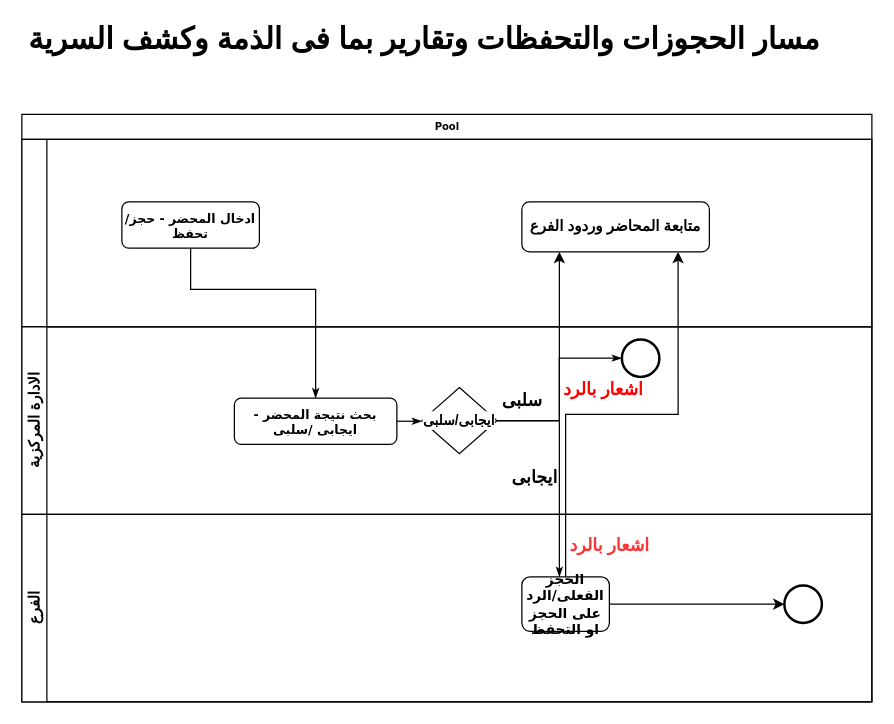
mahmoudsaif/bigONotation keeps this draw.io diagram as Untitled Diagram.drawio. Above is the earlier version. Source tidied: cells renumbered, new cells numbered last; positions are measured from the earlier drawing's top-left corner, leaving out a move shared by most shapes. Both pictures are drawn from the tidied source at 125%, with x=0, y=0 at pixel (21, 26).
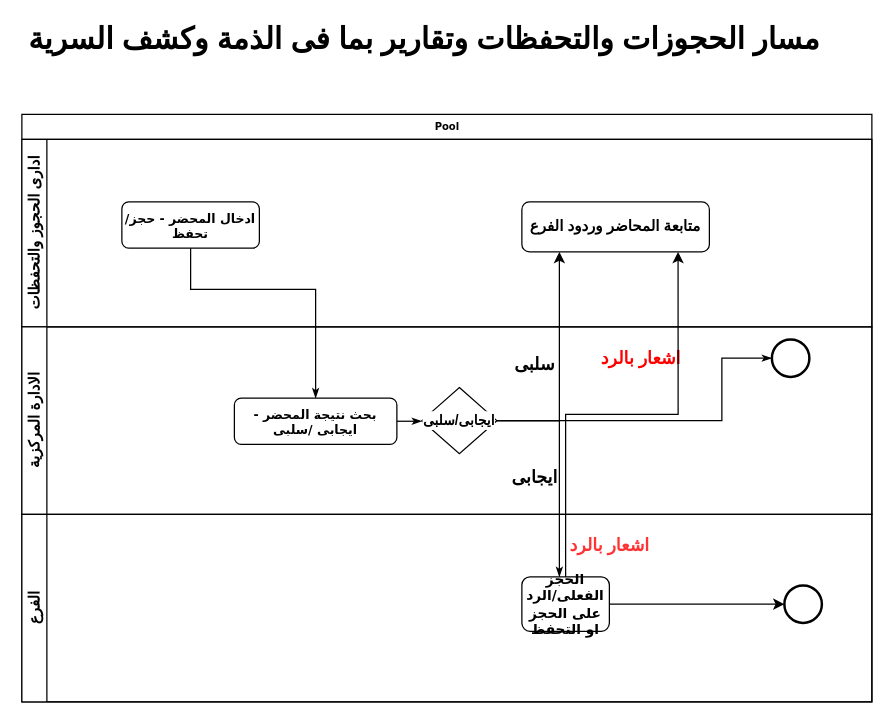
After the change.

Unchanged cells that the change refers to:
```xml
<mxCell id="2" value="Pool" style="swimlane;html=1;horizontal=1;startSize=20;rounded=0;shadow=0;labelBackgroundColor=none;strokeWidth=1;fontFamily=Verdana;fontSize=8;align=center;" parent="1" vertex="1">
  <mxGeometry y="70" width="680" height="470" as="geometry" />
</mxCell>
<mxCell id="5" value="&lt;font style=&quot;font-size: 12px&quot;&gt;&lt;b&gt;متابعة المحاضر وردود الفرع&lt;/b&gt;&lt;/font&gt;" style="rounded=1;whiteSpace=wrap;html=1;labelBackgroundColor=#FFFFFF;startSize=20;align=center;" parent="3" vertex="1">
  <mxGeometry x="400" y="50" width="150" height="40" as="geometry" />
</mxCell>
<mxCell id="6" value="الادارة المركزية" style="swimlane;html=1;startSize=20;horizontal=0;whiteSpace=wrap;" parent="2" vertex="1">
  <mxGeometry y="170" width="680" height="150" as="geometry" />
</mxCell>
<mxCell id="10" value="&lt;font style=&quot;font-size: 11px&quot;&gt;&lt;b&gt;ايجابى/سلبى&lt;/b&gt;&lt;/font&gt;" style="rhombus;whiteSpace=wrap;html=1;labelBackgroundColor=#FFFFFF;startSize=20;align=center;" parent="6" vertex="1">
  <mxGeometry x="320" y="48.5" width="60" height="53" as="geometry" />
</mxCell>
<mxCell id="18" value="&lt;font style=&quot;font-size: 11px&quot;&gt;&lt;b&gt;الحجز الفعلى/الرد على الحجز او التحفظ&lt;/b&gt;&lt;/font&gt;" style="rounded=1;whiteSpace=wrap;html=1;shadow=0;labelBackgroundColor=none;strokeWidth=1;fontFamily=Verdana;fontSize=8;align=center;" parent="16" vertex="1">
  <mxGeometry x="400" y="50" width="70" height="43.5" as="geometry" />
</mxCell>
```

Diff of the diagram source:
```diff
@@
-    <mxCell id="3" style="swimlane;html=1;startSize=20;horizontal=0;align=center;whiteSpace=wrap;" parent="2" vertex="1">
+    <mxCell id="3" value="ادارى الحجوز والتحفظات" style="swimlane;html=1;startSize=20;horizontal=0;align=center;whiteSpace=wrap;" parent="2" vertex="1">
       <mxGeometry y="20" width="680" height="150" as="geometry" />
     </mxCell>
@@
+    <mxCell id="15" style="edgeStyle=orthogonalEdgeStyle;rounded=0;html=1;labelBackgroundColor=none;startArrow=none;startFill=0;startSize=5;endArrow=classicThin;endFill=1;endSize=5;jettySize=auto;strokeWidth=1;fontFamily=Verdana;fontSize=8;exitX=1;exitY=0.5;exitDx=0;exitDy=0;" parent="2" edge="1" source="10" target="18">
+      <mxGeometry relative="1" as="geometry">
+        <Array as="points">
+          <mxPoint x="430" y="245" />
+        </Array>
+      </mxGeometry>
+    </mxCell>
@@
     <mxCell id="7" style="edgeStyle=orthogonalEdgeStyle;rounded=0;html=1;labelBackgroundColor=none;startArrow=none;startFill=0;startSize=5;endArrow=classicThin;endFill=1;endSize=5;jettySize=auto;strokeWidth=1;fontFamily=Verdana;fontSize=8;entryX=0;entryY=0.5;entryDx=0;entryDy=0;exitX=1;exitY=0.5;exitDx=0;exitDy=0;" parent="6" edge="1" source="10" target="9">
-      <mxGeometry relative="1" as="geometry" />
+      <mxGeometry relative="1" as="geometry">
+        <Array as="points">
+          <mxPoint x="560" y="75" />
+          <mxPoint x="560" y="25" />
+        </Array>
+      </mxGeometry>
     </mxCell>
@@
     <mxCell id="9" style="ellipse;whiteSpace=wrap;html=1;rounded=0;shadow=0;labelBackgroundColor=none;strokeWidth=2;fontFamily=Verdana;fontSize=8;align=center;" parent="6" vertex="1">
-      <mxGeometry x="480" y="10" width="30" height="30" as="geometry" />
+      <mxGeometry x="600" y="10" width="30" height="30" as="geometry" />
     </mxCell>
@@
     <mxCell id="12" value="&lt;font style=&quot;font-size: 14px&quot;&gt;&lt;b&gt;سلبى&lt;/b&gt;&lt;/font&gt;" style="text;html=1;align=center;verticalAlign=middle;fillColor=none;strokeColor=none;rounded=0;labelBackgroundColor=#FFFFFF;startSize=20;" parent="6" vertex="1">
-      <mxGeometry x="380" y="48.5" width="40" height="20" as="geometry" />
+      <mxGeometry x="390" y="20" width="40" height="20" as="geometry" />
     </mxCell>
@@
     <mxCell id="14" value="&lt;span style=&quot;font-size: 14px&quot;&gt;&lt;b&gt;&lt;font color=&quot;#ff0000&quot;&gt;اشعار بالرد&lt;/font&gt;&lt;/b&gt;&lt;/span&gt;" style="text;html=1;align=center;verticalAlign=middle;fillColor=none;strokeColor=none;rounded=0;labelBackgroundColor=#FFFFFF;startSize=20;" parent="6" vertex="1">
-      <mxGeometry x="430" y="40" width="70" height="20" as="geometry" />
+      <mxGeometry x="460" y="15" width="70" height="20" as="geometry" />
     </mxCell>
-    <mxCell id="15" style="edgeStyle=orthogonalEdgeStyle;rounded=0;html=1;labelBackgroundColor=none;startArrow=none;startFill=0;startSize=5;endArrow=classicThin;endFill=1;endSize=5;jettySize=auto;strokeWidth=1;fontFamily=Verdana;fontSize=8;exitX=1;exitY=0.5;exitDx=0;exitDy=0;" parent="2" edge="1" source="10" target="18">
-      <mxGeometry relative="1" as="geometry">
-        <Array as="points">
-          <mxPoint x="430" y="245" />
-        </Array>
-      </mxGeometry>
-    </mxCell>
@@
     <mxCell id="22" style="edgeStyle=orthogonalEdgeStyle;rounded=0;jettySize=auto;html=1;entryX=0.833;entryY=1;entryDx=0;entryDy=0;entryPerimeter=0;startSize=20;" parent="2" edge="1" source="18" target="5">
-      <mxGeometry relative="1" as="geometry" />
+      <mxGeometry relative="1" as="geometry">
+        <Array as="points">
+          <mxPoint x="435" y="240" />
+          <mxPoint x="525" y="240" />
+        </Array>
+      </mxGeometry>
     </mxCell>
```
